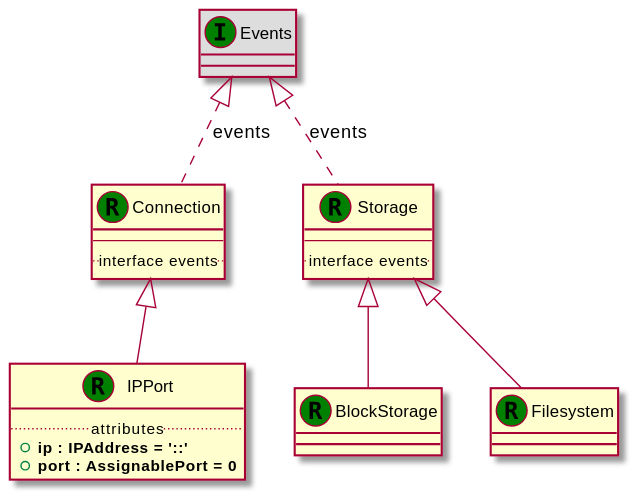
This is examples/Khutulun/diagrams/uml2/relationships-uml2-class-diagram.svg from Orange-OpenSource/Cloudnet-TOSCA-toolbox, a PlantUML export, as it was before one commit.
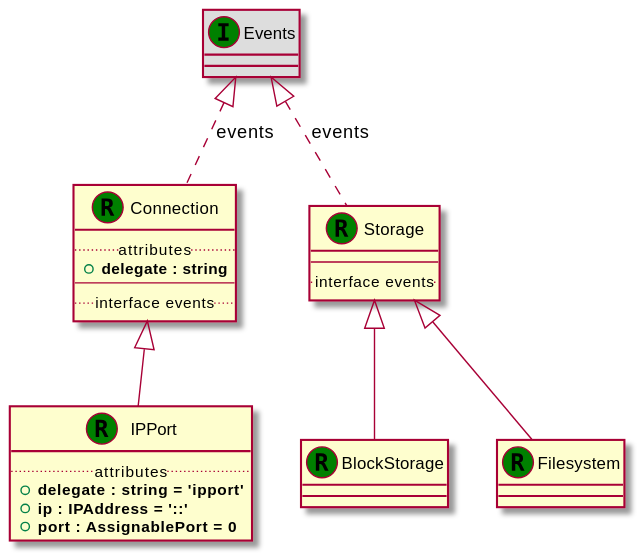
The same diagram one commit later.

Diff of the diagram source:
```diff
@@ -1,6 +1,8 @@
 @startuml
 set namespaceSeparator none
 class "Connection" as Connection_RT << (R,green) >> {
+.. attributes ..
++<b>delegate : string
 --
 .. interface events ..
 }
@@ -16,6 +18,7 @@
 }
 class "IPPort" as IPPort_RT << (R,green) >> {
 .. attributes ..
++<b>delegate : string = 'ipport'
 +<b>ip : IPAddress = '::'
 +<b>port : AssignablePort = 0
 }
```
